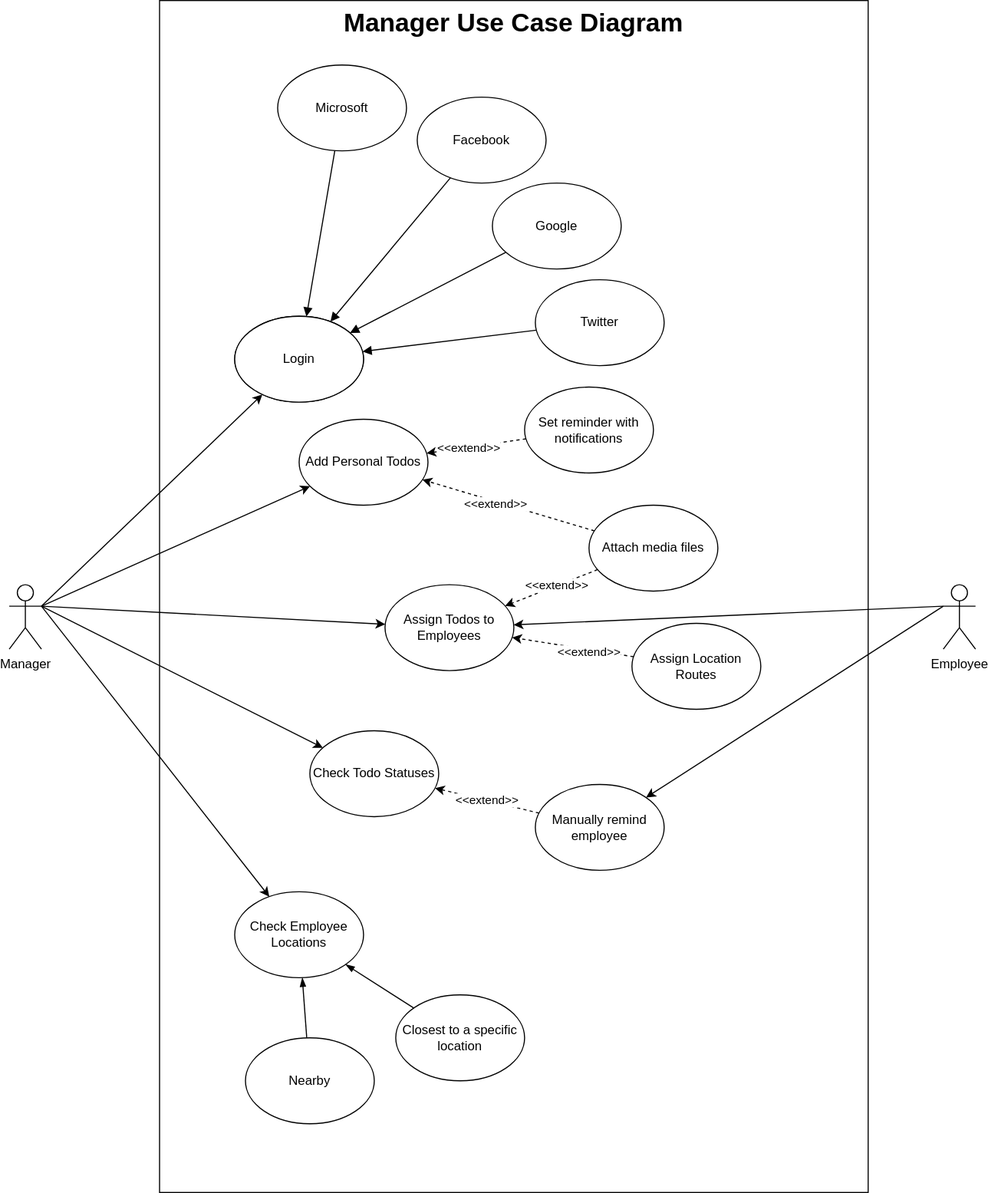
This is Docs/Use Case Diagrams.drawio.svg from jquesada2016/COP4655-Final-Project, a draw.io export, as it was before one commit. Source tidied: cells renumbered, new cells last; positions are measured from the earlier drawing's top-left corner, leaving out a move shared by most shapes.
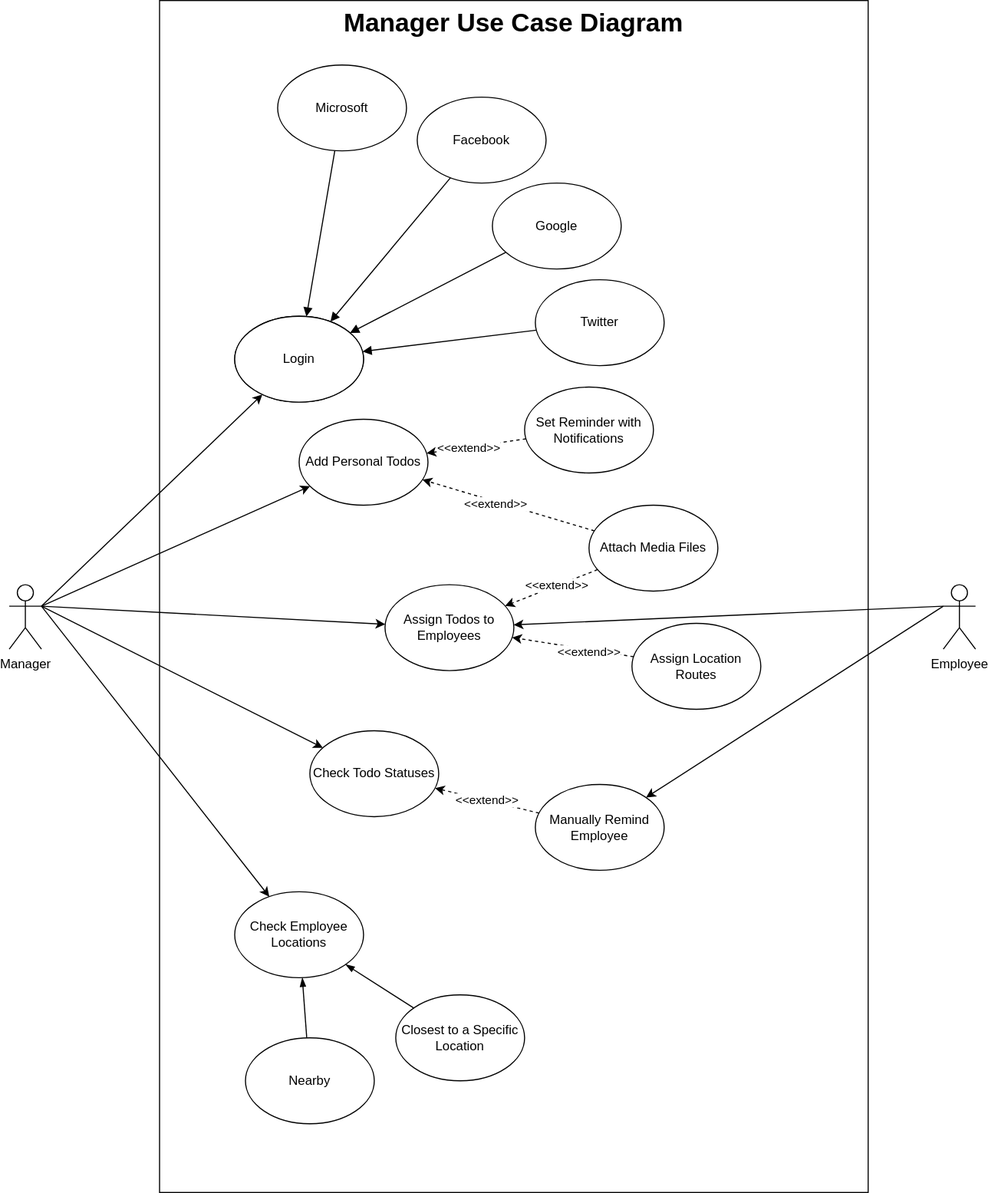
After the commit.

Commit message:
fixed capitalizations to be consistent

Change to the diagram source:
```diff
@@ -87,7 +87,7 @@
     <mxCell id="30" value="&amp;lt;&amp;lt;extend&amp;gt;&amp;gt;" style="edgeLabel;html=1;align=center;verticalAlign=middle;" parent="29" vertex="1">
       <mxGeometry x="0.16" y="1" relative="1" as="geometry" />
     </mxCell>
-    <mxCell id="31" value="Set reminder with notifications" style="ellipse;whiteSpace=wrap;html=1;" parent="3" vertex="1">
+    <mxCell id="31" value="Set Reminder with Notifications" style="ellipse;whiteSpace=wrap;html=1;" parent="3" vertex="1">
       <mxGeometry x="480" y="360" width="120" height="80" as="geometry" />
     </mxCell>
     <mxCell id="32" style="edgeStyle=none;rounded=0;jettySize=auto;html=1;dashed=1;endArrow=classic;endFill=1;" parent="3" edge="1" source="36" target="28">
@@ -102,13 +102,13 @@
     <mxCell id="35" value="&amp;lt;&amp;lt;extend&amp;gt;&amp;gt;" style="edgeLabel;html=1;align=center;verticalAlign=middle;" parent="34" vertex="1">
       <mxGeometry x="-0.11" relative="1" as="geometry" />
     </mxCell>
-    <mxCell id="36" value="Attach media files" style="ellipse;whiteSpace=wrap;html=1;" parent="3" vertex="1">
+    <mxCell id="36" value="Attach Media Files" style="ellipse;whiteSpace=wrap;html=1;" parent="3" vertex="1">
       <mxGeometry x="540" y="470" width="120" height="80" as="geometry" />
     </mxCell>
     <mxCell id="37" value="&amp;lt;&amp;lt;extend&amp;gt;&amp;gt;" style="edgeStyle=none;rounded=0;jettySize=auto;html=1;dashed=1;endArrow=classic;endFill=1;" parent="3" edge="1" source="38" target="15">
       <mxGeometry relative="1" as="geometry" />
     </mxCell>
-    <mxCell id="38" value="Manually remind employee" style="ellipse;whiteSpace=wrap;html=1;" parent="3" vertex="1">
+    <mxCell id="38" value="Manually Remind Employee" style="ellipse;whiteSpace=wrap;html=1;" parent="3" vertex="1">
       <mxGeometry x="490" y="730" width="120" height="80" as="geometry" />
     </mxCell>
     <mxCell id="39" style="edgeStyle=none;rounded=0;jettySize=auto;html=1;endArrow=blockThin;endFill=1;" parent="3" edge="1" source="40" target="16">
@@ -120,7 +120,7 @@
     <mxCell id="41" style="edgeStyle=none;rounded=0;jettySize=auto;html=1;endArrow=blockThin;endFill=1;" parent="3" edge="1" source="42" target="16">
       <mxGeometry relative="1" as="geometry" />
     </mxCell>
-    <mxCell id="42" value="Closest to a specific location" style="ellipse;whiteSpace=wrap;html=1;" parent="3" vertex="1">
+    <mxCell id="42" value="Closest to a Specific Location" style="ellipse;whiteSpace=wrap;html=1;" parent="3" vertex="1">
       <mxGeometry x="360" y="926" width="120" height="80" as="geometry" />
     </mxCell>
     <mxCell id="43" value="Login" style="ellipse;whiteSpace=wrap;html=1;" parent="3" vertex="1">
```
